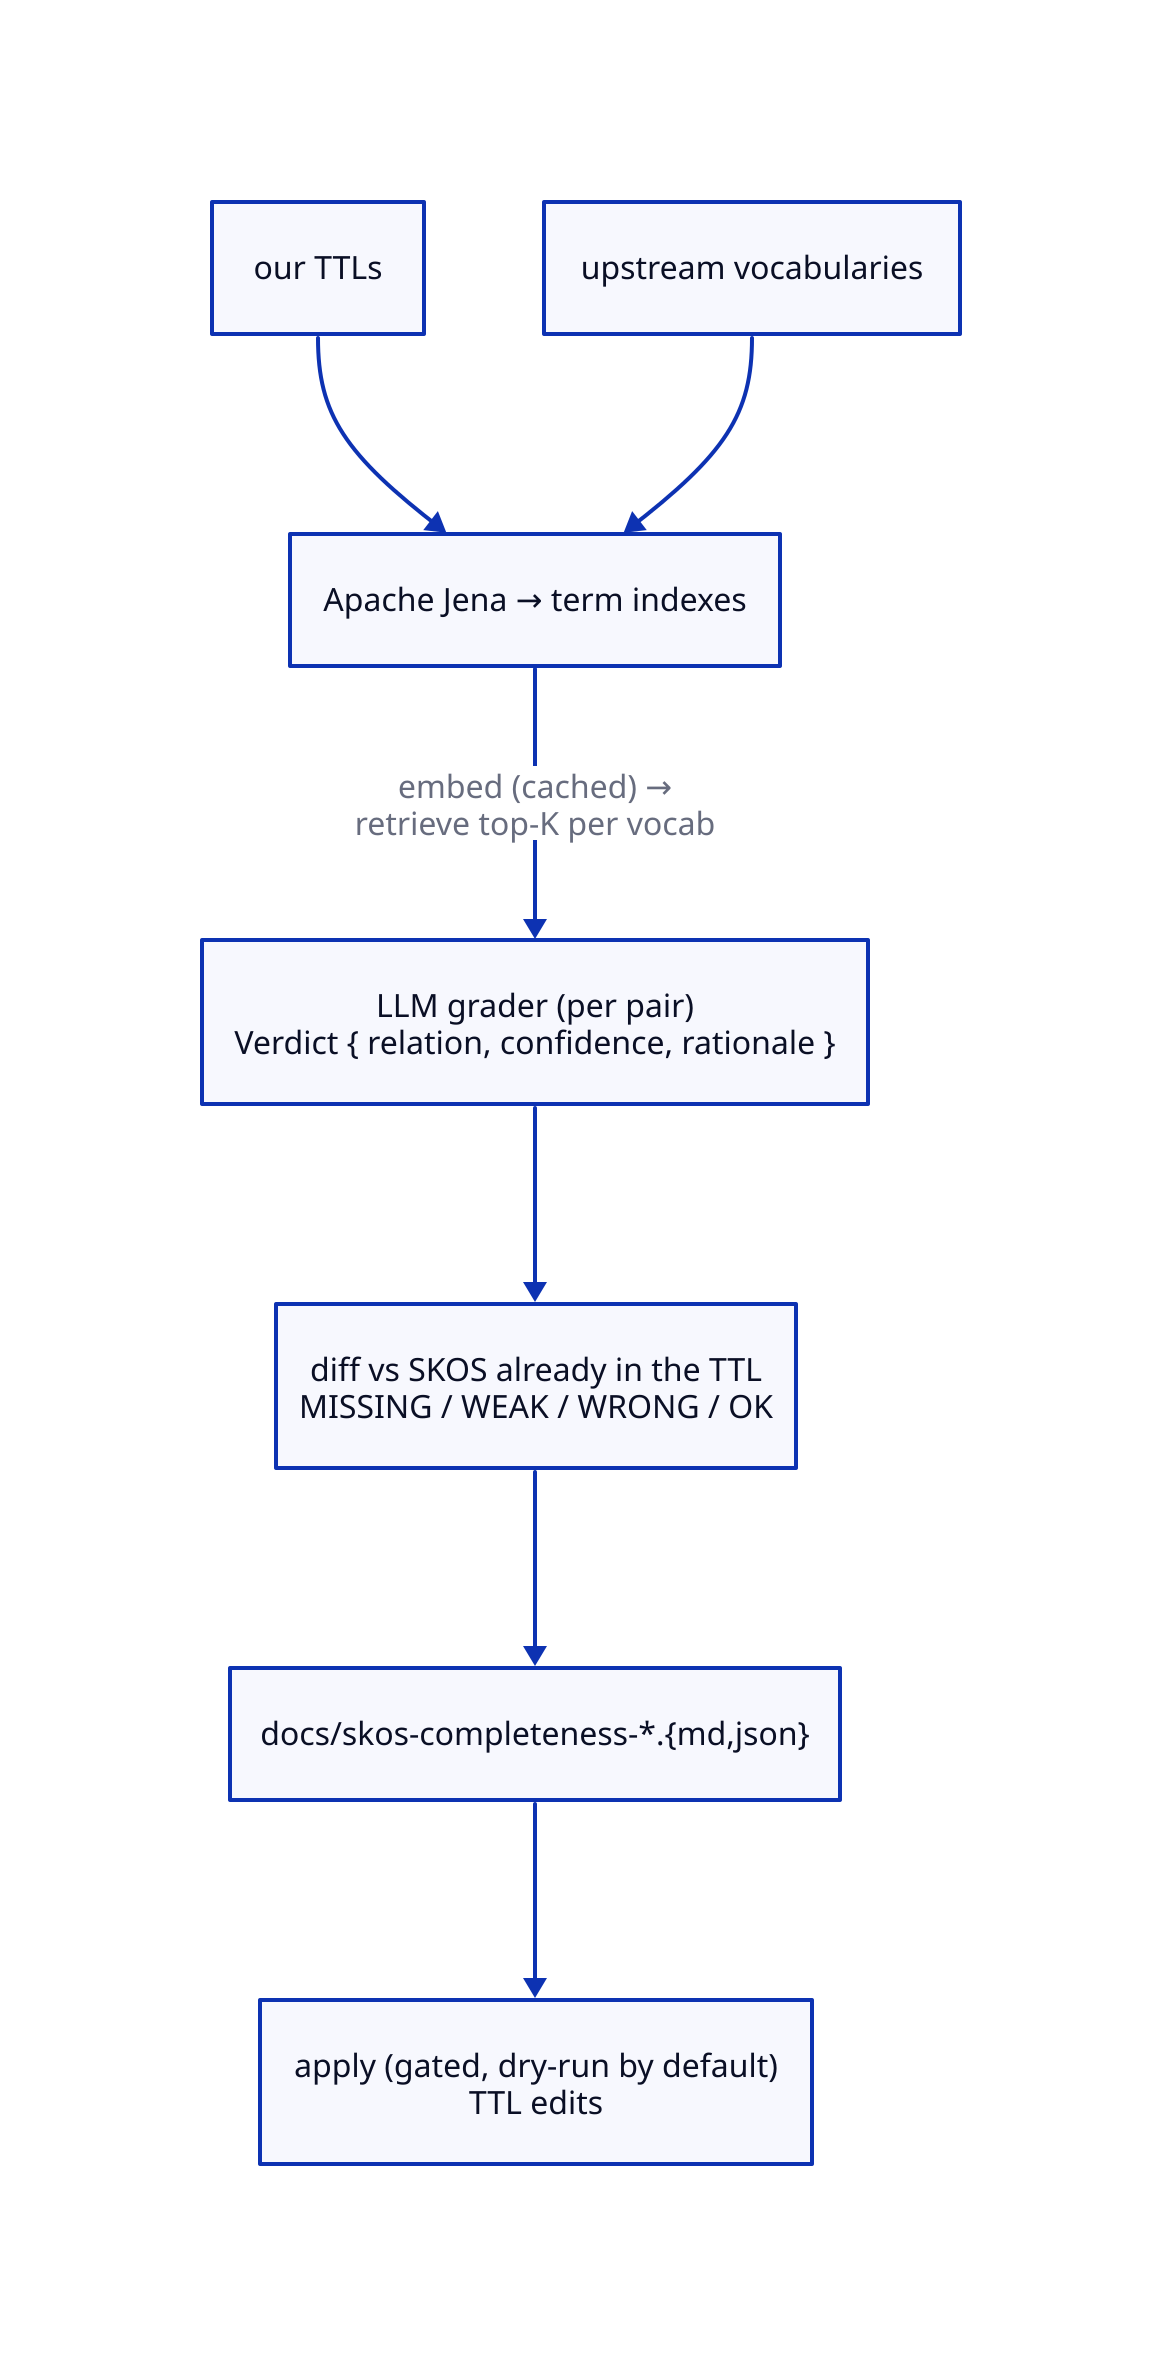
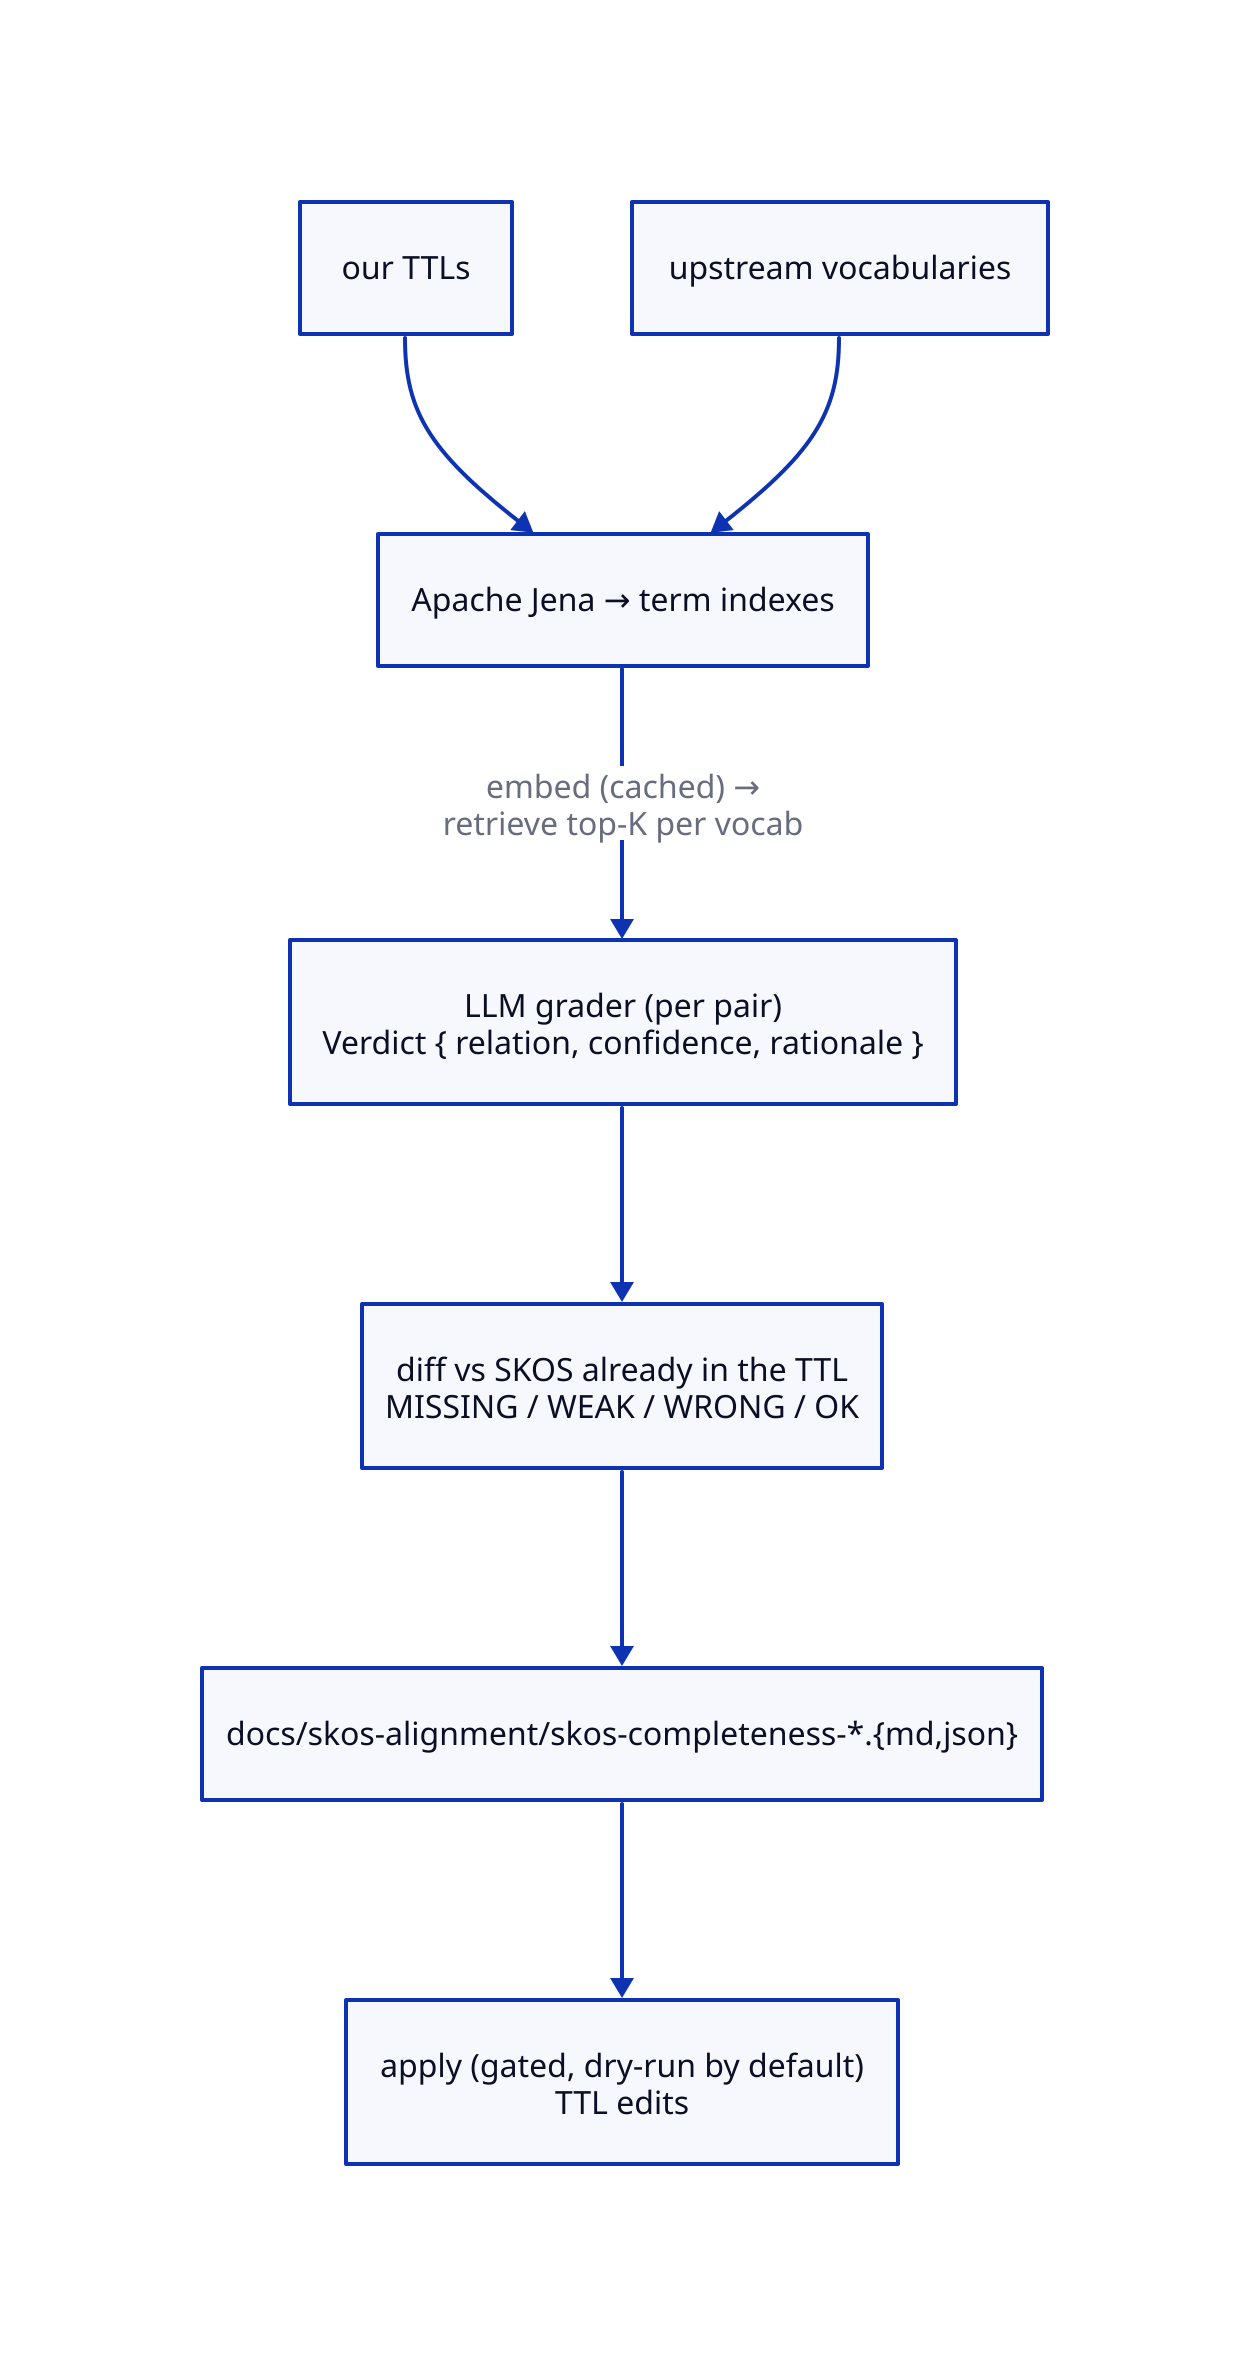
# vocab-sync pipeline overview (README.md).
# Source of truth for the diagram; compiled to pipeline-overview-{light,dark}.svg
# by `pnpm run diagrams:build`. Edit this file, never the SVGs.

direction: down

our: our TTLs
upstream: upstream vocabularies

index: "Apache Jena → term indexes" {
  style.bold: true
}

grade: "LLM grader (per pair)\nVerdict { relation, confidence, rationale }"
diff: "diff vs SKOS already in the TTL\nMISSING / WEAK / WRONG / OK"
- report: "docs/skos-completeness-*.{md,json}"
+ report: "docs/skos-alignment/skos-completeness-*.{md,json}"
apply: "apply (gated, dry-run by default)\nTTL edits"

our -> index
upstream -> index
index -> grade: "embed (cached) →\nretrieve top-K per vocab"
grade -> diff
diff -> report
report -> apply
